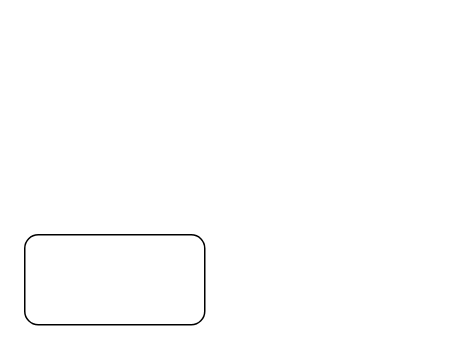
MrZ9001/drawio keeps this draw.io diagram as redis/未命名绘图.drawio. Above is the earlier version. Source tidied: cells renumbered, new cells numbered last; positions are measured from the earlier drawing's top-left corner, leaving out a move shared by most shapes. Both pictures are drawn from the tidied source at 150%, with x=0, y=0 at pixel (24, 234).
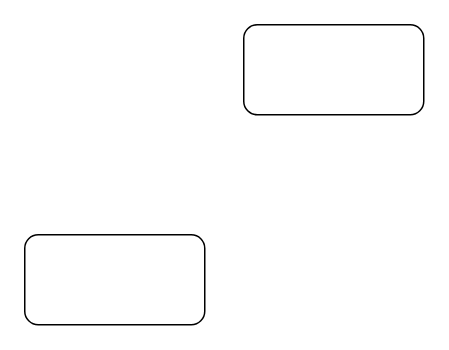
After the change.

Commit message (it also covers changes not shown here):
更新未命名绘图.drawio

The edit, as a diff of the source:
```diff
@@
 <mxGraphModel>
   <root>
     <mxCell id="0" />
     <mxCell id="1" parent="0" />
     <mxCell id="2" style="rounded=1;whiteSpace=wrap;html=1;" parent="1" vertex="1">
       <mxGeometry width="120" height="60" as="geometry" />
     </mxCell>
+    <mxCell id="3" style="rounded=1;whiteSpace=wrap;html=1;" parent="1" vertex="1">
+      <mxGeometry x="146" y="-140" width="120" height="60" as="geometry" />
+    </mxCell>
   </root>
 </mxGraphModel>
```
